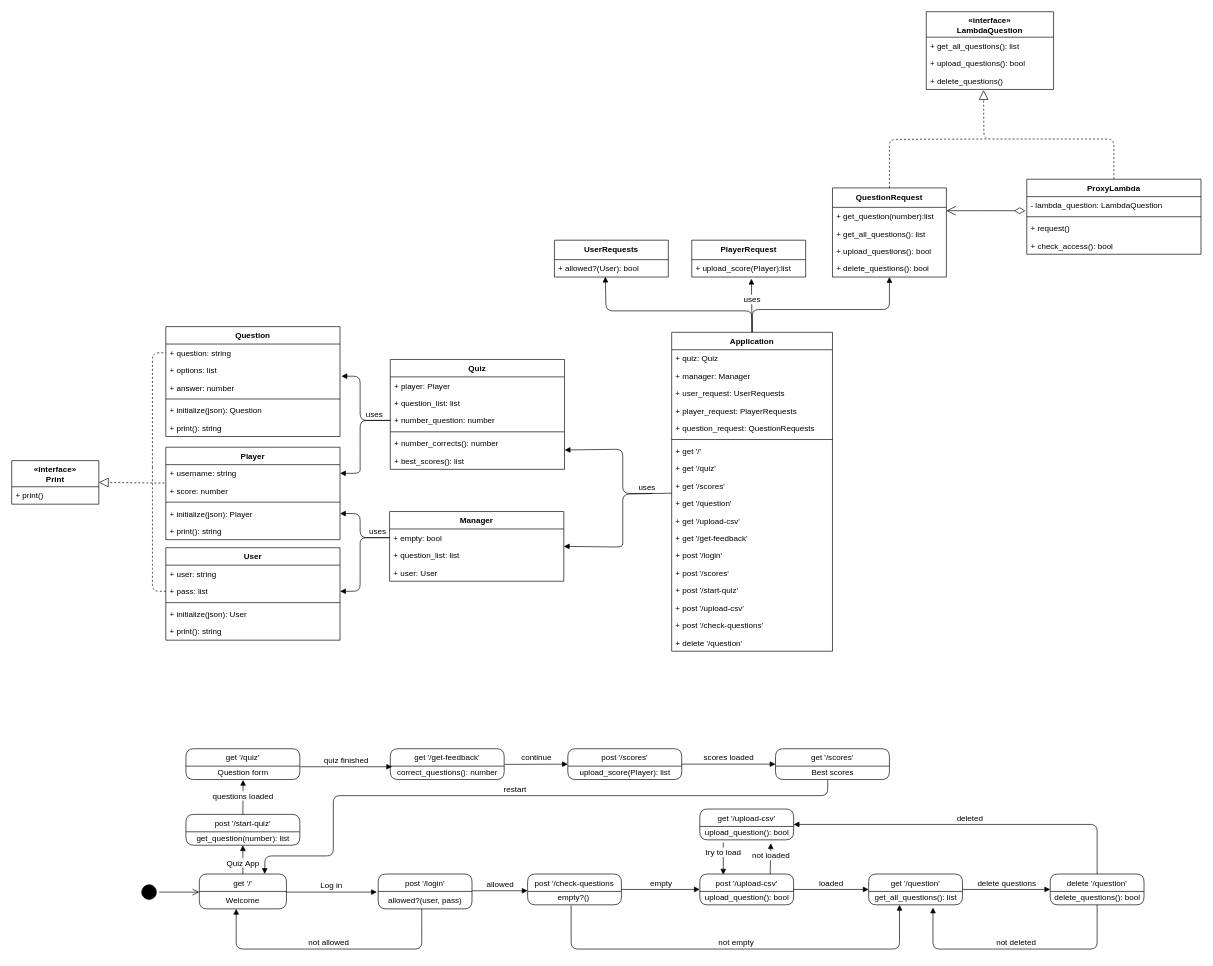
Earlier version of the draw.io diagram docs/logical-view.drawio (FelipeOsornio/QuizApp). Source tidied: cells renumbered, new cells numbered last; positions are measured from the earlier drawing's top-left corner, leaving out a move shared by most shapes. Both pictures are drawn from the tidied source at 67%, with x=0, y=0 at pixel (11, 11).
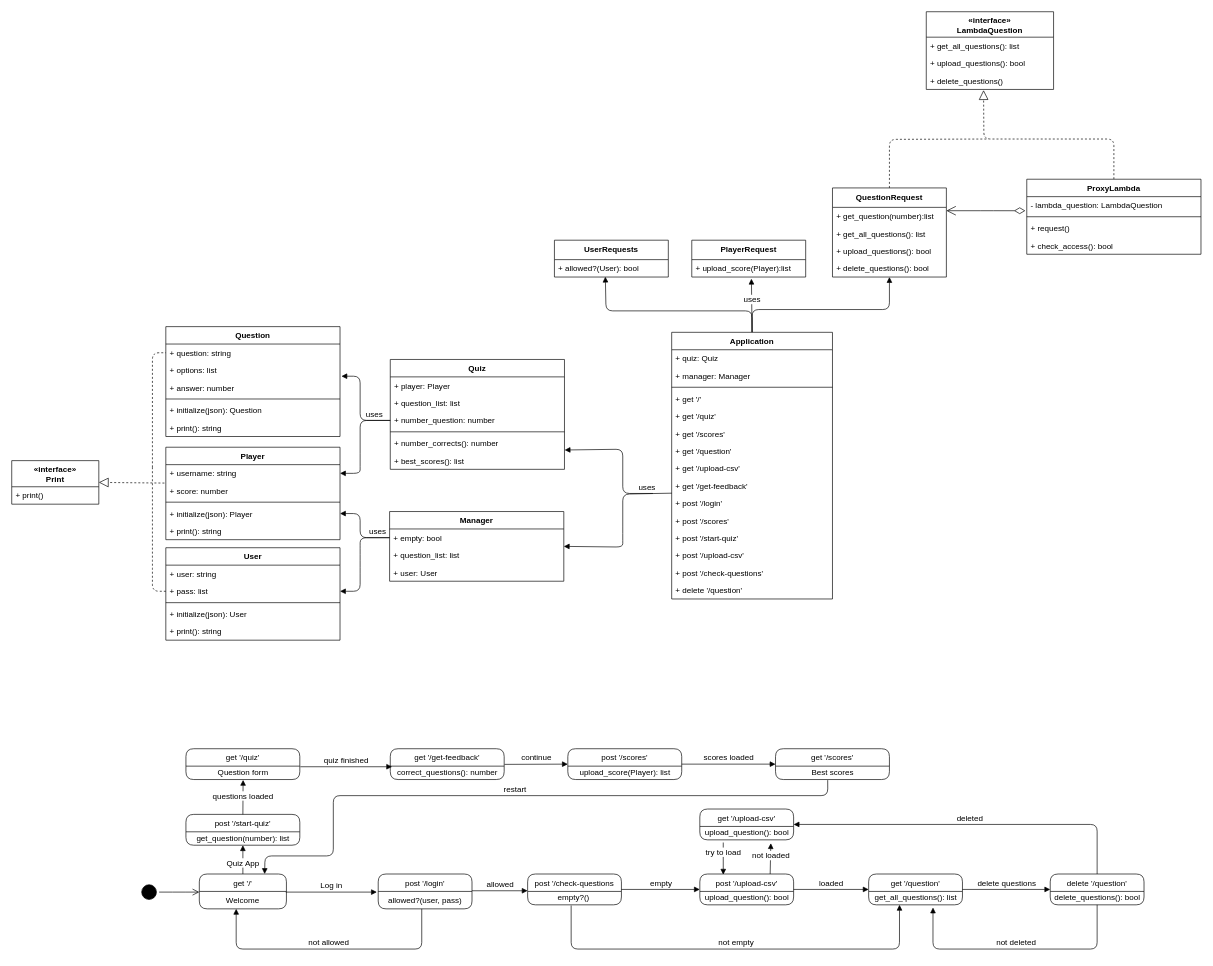
The same page after the edit.

The edit, as a diff of the source:
```diff
@@
     <mxCell id="90" value="Application" style="swimlane;fontStyle=1;align=center;verticalAlign=top;horizontal=1;startSize=26;fontSize=12;" parent="1" vertex="1">
-      <mxGeometry x="985" y="478.5" width="240" height="476" as="geometry" />
+      <mxGeometry x="985" y="478.5" width="240" height="398" as="geometry" />
     </mxCell>
@@
-    <mxCell id="93" value="+ user_request: UserRequests" style="text;strokeColor=none;fillColor=none;align=left;verticalAlign=top;spacingLeft=4;spacingRight=4;overflow=hidden;" parent="90" vertex="1">
-      <mxGeometry y="78" width="240" height="26" as="geometry" />
-    </mxCell>
-    <mxCell id="94" value="+ player_request: PlayerRequests" style="text;strokeColor=none;fillColor=none;align=left;verticalAlign=top;spacingLeft=4;spacingRight=4;overflow=hidden;" parent="90" vertex="1">
-      <mxGeometry y="104" width="240" height="26" as="geometry" />
-    </mxCell>
-    <mxCell id="95" value="+ question_request: QuestionRequests" style="text;strokeColor=none;fillColor=none;align=left;verticalAlign=top;spacingLeft=4;spacingRight=4;overflow=hidden;" parent="90" vertex="1">
-      <mxGeometry y="130" width="240" height="26" as="geometry" />
-    </mxCell>
     <mxCell id="96" style="line;strokeWidth=1;fillColor=none;align=left;verticalAlign=middle;spacingTop=-1;spacingLeft=3;spacingRight=3;labelPosition=right;" parent="90" vertex="1">
-      <mxGeometry y="156" width="240" height="8" as="geometry" />
+      <mxGeometry y="78" width="240" height="8" as="geometry" />
     </mxCell>
     <mxCell id="97" value="+ get '/'" style="text;strokeColor=none;fillColor=none;align=left;verticalAlign=top;spacingLeft=4;spacingRight=4;overflow=hidden;" parent="90" vertex="1">
-      <mxGeometry y="164" width="240" height="26" as="geometry" />
+      <mxGeometry y="86" width="240" height="26" as="geometry" />
     </mxCell>
     <mxCell id="98" value="+ get '/quiz'" style="text;strokeColor=none;fillColor=none;align=left;verticalAlign=top;spacingLeft=4;spacingRight=4;overflow=hidden;" parent="90" vertex="1">
-      <mxGeometry y="190" width="240" height="26" as="geometry" />
+      <mxGeometry y="112" width="240" height="26" as="geometry" />
     </mxCell>
     <mxCell id="99" value="+ get '/scores'" style="text;strokeColor=none;fillColor=none;align=left;verticalAlign=top;spacingLeft=4;spacingRight=4;overflow=hidden;" parent="90" vertex="1">
-      <mxGeometry y="216" width="240" height="26" as="geometry" />
+      <mxGeometry y="138" width="240" height="26" as="geometry" />
     </mxCell>
     <mxCell id="100" value="+ get '/question'" style="text;strokeColor=none;fillColor=none;align=left;verticalAlign=top;spacingLeft=4;spacingRight=4;overflow=hidden;" parent="90" vertex="1">
-      <mxGeometry y="242" width="240" height="26" as="geometry" />
+      <mxGeometry y="164" width="240" height="26" as="geometry" />
     </mxCell>
     <mxCell id="101" value="+ get '/upload-csv'" style="text;strokeColor=none;fillColor=none;align=left;verticalAlign=top;spacingLeft=4;spacingRight=4;overflow=hidden;" parent="90" vertex="1">
-      <mxGeometry y="268" width="240" height="26" as="geometry" />
+      <mxGeometry y="190" width="240" height="26" as="geometry" />
     </mxCell>
     <mxCell id="102" value="+ get '/get-feedback'" style="text;strokeColor=none;fillColor=none;align=left;verticalAlign=top;spacingLeft=4;spacingRight=4;overflow=hidden;" parent="90" vertex="1">
-      <mxGeometry y="294" width="240" height="26" as="geometry" />
+      <mxGeometry y="216" width="240" height="26" as="geometry" />
     </mxCell>
     <mxCell id="103" value="+ post '/login'" style="text;strokeColor=none;fillColor=none;align=left;verticalAlign=top;spacingLeft=4;spacingRight=4;overflow=hidden;" parent="90" vertex="1">
-      <mxGeometry y="320" width="240" height="26" as="geometry" />
+      <mxGeometry y="242" width="240" height="26" as="geometry" />
     </mxCell>
     <mxCell id="104" value="+ post '/scores'" style="text;strokeColor=none;fillColor=none;align=left;verticalAlign=top;spacingLeft=4;spacingRight=4;overflow=hidden;" parent="90" vertex="1">
-      <mxGeometry y="346" width="240" height="26" as="geometry" />
+      <mxGeometry y="268" width="240" height="26" as="geometry" />
     </mxCell>
     <mxCell id="105" value="+ post '/start-quiz'" style="text;strokeColor=none;fillColor=none;align=left;verticalAlign=top;spacingLeft=4;spacingRight=4;overflow=hidden;" parent="90" vertex="1">
-      <mxGeometry y="372" width="240" height="26" as="geometry" />
+      <mxGeometry y="294" width="240" height="26" as="geometry" />
     </mxCell>
     <mxCell id="106" value="+ post '/upload-csv'" style="text;strokeColor=none;fillColor=none;align=left;verticalAlign=top;spacingLeft=4;spacingRight=4;overflow=hidden;" parent="90" vertex="1">
-      <mxGeometry y="398" width="240" height="26" as="geometry" />
+      <mxGeometry y="320" width="240" height="26" as="geometry" />
     </mxCell>
     <mxCell id="107" value="+ post '/check-questions'" style="text;strokeColor=none;fillColor=none;align=left;verticalAlign=top;spacingLeft=4;spacingRight=4;overflow=hidden;" parent="90" vertex="1">
-      <mxGeometry y="424" width="240" height="26" as="geometry" />
+      <mxGeometry y="346" width="240" height="26" as="geometry" />
     </mxCell>
     <mxCell id="108" value="+ delete '/question'" style="text;strokeColor=none;fillColor=none;align=left;verticalAlign=top;spacingLeft=4;spacingRight=4;overflow=hidden;" parent="90" vertex="1">
-      <mxGeometry y="450" width="240" height="26" as="geometry" />
+      <mxGeometry y="372" width="240" height="26" as="geometry" />
     </mxCell>
```
